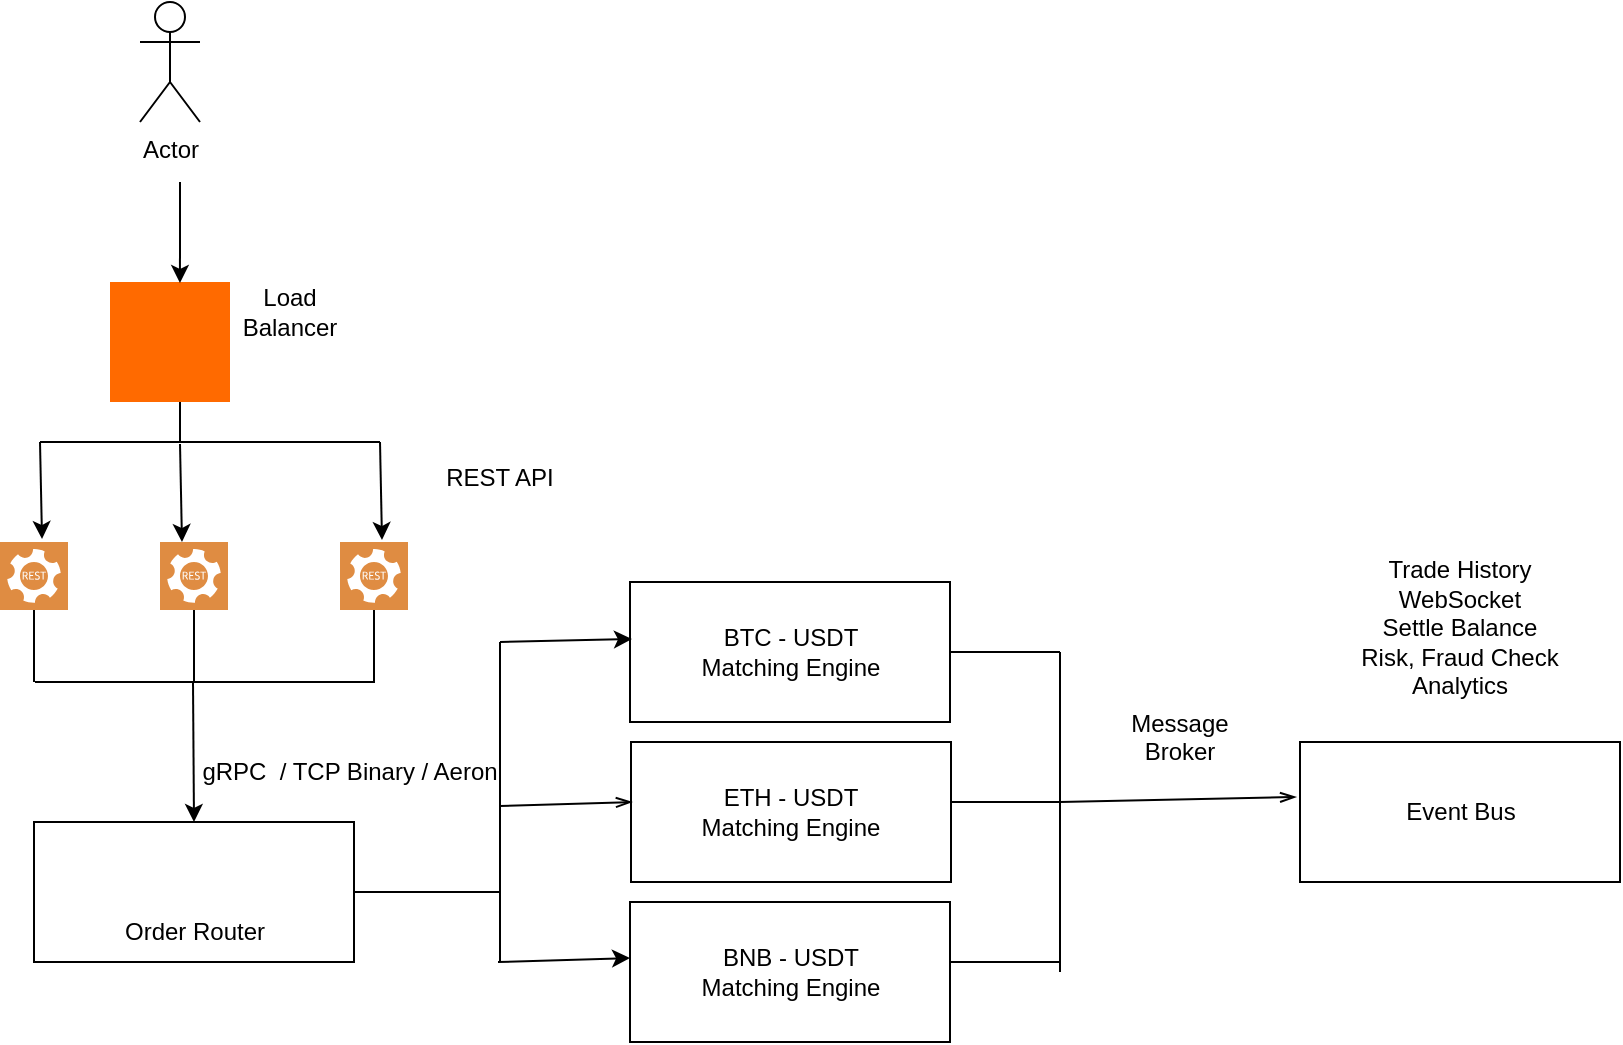
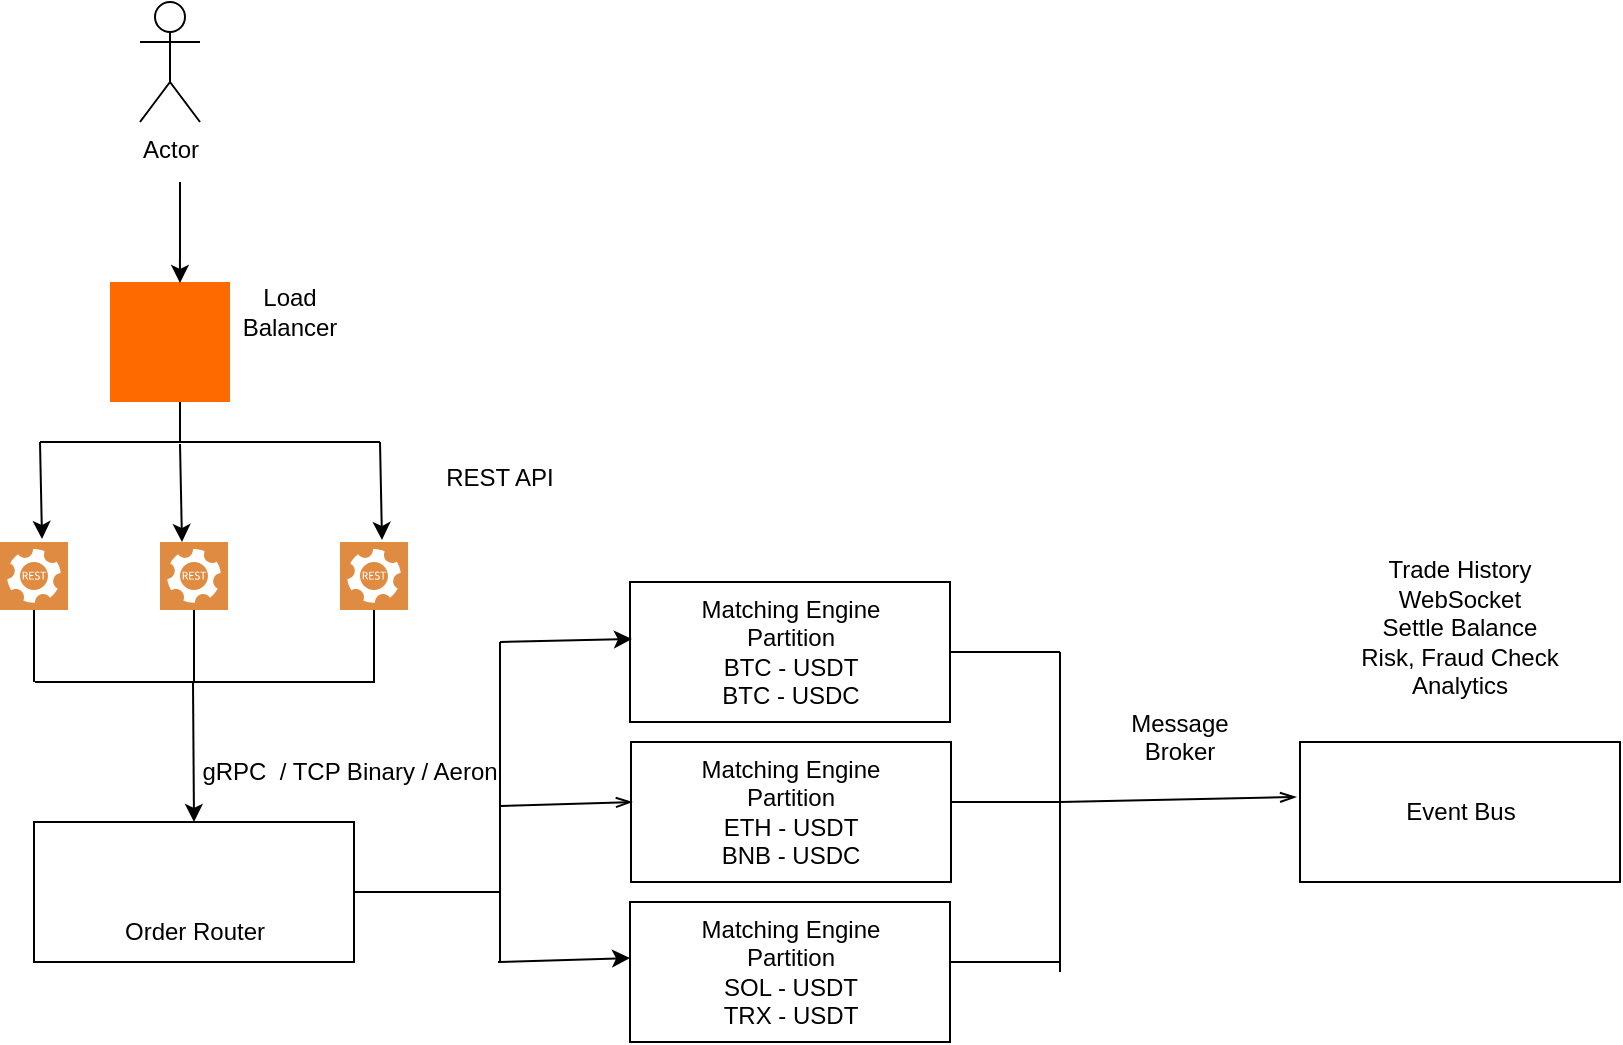
<mxfile host="app.diagrams.net">
  <diagram name="Page-1" id="_YTyJ5NhZcltQBf8X0dS">
-     <mxGraphModel dx="1004" dy="583" grid="1" gridSize="10" guides="1" tooltips="1" connect="1" arrows="1" fold="1" page="1" pageScale="1" pageWidth="850" pageHeight="1100" background="light-dark(#ffffff, #121212)" math="0" shadow="0">
+     <mxGraphModel dx="1004" dy="583" grid="1" gridSize="10" guides="1" tooltips="1" connect="1" arrows="1" fold="1" page="1" pageScale="1" pageWidth="850" pageHeight="1100" math="0" shadow="0">
      <root>
        <mxCell id="0" />
        <mxCell id="1" parent="0" />
        <mxCell id="ZetVeowE0RB64zZaQpGS-3" parent="1" style="shape=umlActor;verticalLabelPosition=bottom;verticalAlign=top;html=1;outlineConnect=0;" value="Actor" vertex="1">
          <mxGeometry height="60" width="30" x="100" y="40" as="geometry" />
        </mxCell>
        <mxCell id="ZetVeowE0RB64zZaQpGS-4" parent="1" style="points=[];aspect=fixed;html=1;align=center;shadow=0;dashed=0;fillColor=#FF6A00;strokeColor=none;shape=mxgraph.alibaba_cloud.alb_application_load_balancer_02;" value="" vertex="1">
          <mxGeometry height="60" width="60" x="85" y="180" as="geometry" />
        </mxCell>
        <mxCell id="ZetVeowE0RB64zZaQpGS-5" parent="1" style="sketch=0;pointerEvents=1;shadow=0;dashed=0;html=1;strokeColor=none;fillColor=#DF8C42;labelPosition=center;verticalLabelPosition=bottom;verticalAlign=top;align=center;outlineConnect=0;shape=mxgraph.veeam2.restful_api;" value="" vertex="1">
          <mxGeometry height="34" width="34" x="30" y="310" as="geometry" />
        </mxCell>
        <mxCell id="ZetVeowE0RB64zZaQpGS-10" edge="1" parent="1" style="endArrow=classic;html=1;rounded=0;entryX=0.583;entryY=0.008;entryDx=0;entryDy=0;entryPerimeter=0;" target="ZetVeowE0RB64zZaQpGS-4" value="">
          <mxGeometry height="50" relative="1" width="50" as="geometry">
            <mxPoint x="120" y="130" as="sourcePoint" />
            <mxPoint x="280" y="100" as="targetPoint" />
          </mxGeometry>
        </mxCell>
        <mxCell id="ZetVeowE0RB64zZaQpGS-11" parent="1" style="sketch=0;pointerEvents=1;shadow=0;dashed=0;html=1;strokeColor=none;fillColor=#DF8C42;labelPosition=center;verticalLabelPosition=bottom;verticalAlign=top;align=center;outlineConnect=0;shape=mxgraph.veeam2.restful_api;" value="" vertex="1">
          <mxGeometry height="34" width="34" x="110" y="310" as="geometry" />
        </mxCell>
        <mxCell id="ZetVeowE0RB64zZaQpGS-12" parent="1" style="sketch=0;pointerEvents=1;shadow=0;dashed=0;html=1;strokeColor=none;fillColor=#DF8C42;labelPosition=center;verticalLabelPosition=bottom;verticalAlign=top;align=center;outlineConnect=0;shape=mxgraph.veeam2.restful_api;" value="" vertex="1">
          <mxGeometry height="34" width="34" x="200" y="310" as="geometry" />
        </mxCell>
        <mxCell id="ZetVeowE0RB64zZaQpGS-13" edge="1" parent="1" style="endArrow=none;html=1;rounded=0;" value="">
          <mxGeometry height="50" relative="1" width="50" as="geometry">
            <mxPoint x="120" y="260" as="sourcePoint" />
            <mxPoint x="120" y="240" as="targetPoint" />
          </mxGeometry>
        </mxCell>
        <mxCell id="ZetVeowE0RB64zZaQpGS-14" edge="1" parent="1" style="endArrow=none;html=1;rounded=0;" value="">
          <mxGeometry height="50" relative="1" width="50" as="geometry">
            <mxPoint x="50" y="260" as="sourcePoint" />
            <mxPoint x="220" y="260" as="targetPoint" />
          </mxGeometry>
        </mxCell>
        <mxCell id="ZetVeowE0RB64zZaQpGS-15" edge="1" parent="1" style="endArrow=classic;html=1;rounded=0;entryX=0.618;entryY=-0.044;entryDx=0;entryDy=0;entryPerimeter=0;" target="ZetVeowE0RB64zZaQpGS-5" value="">
          <mxGeometry height="50" relative="1" width="50" as="geometry">
            <mxPoint x="50" y="260" as="sourcePoint" />
            <mxPoint x="100" y="210" as="targetPoint" />
          </mxGeometry>
        </mxCell>
        <mxCell id="ZetVeowE0RB64zZaQpGS-16" edge="1" parent="1" style="endArrow=classic;html=1;rounded=0;entryX=0.618;entryY=-0.044;entryDx=0;entryDy=0;entryPerimeter=0;" value="">
          <mxGeometry height="50" relative="1" width="50" as="geometry">
            <mxPoint x="120" y="261" as="sourcePoint" />
            <mxPoint x="121" y="310" as="targetPoint" />
          </mxGeometry>
        </mxCell>
        <mxCell id="ZetVeowE0RB64zZaQpGS-17" edge="1" parent="1" style="endArrow=classic;html=1;rounded=0;entryX=0.618;entryY=-0.044;entryDx=0;entryDy=0;entryPerimeter=0;" value="">
          <mxGeometry height="50" relative="1" width="50" as="geometry">
            <mxPoint x="220" y="260" as="sourcePoint" />
            <mxPoint x="221" y="309" as="targetPoint" />
          </mxGeometry>
        </mxCell>
        <mxCell id="ZetVeowE0RB64zZaQpGS-18" parent="1" style="text;html=1;whiteSpace=wrap;strokeColor=none;fillColor=none;align=center;verticalAlign=middle;rounded=0;" value="Load Balancer" vertex="1">
          <mxGeometry height="30" width="60" x="145" y="180" as="geometry" />
        </mxCell>
        <mxCell id="ZetVeowE0RB64zZaQpGS-19" parent="1" style="text;html=1;whiteSpace=wrap;strokeColor=none;fillColor=none;align=center;verticalAlign=middle;rounded=0;" value="REST API&lt;div&gt;&lt;br&gt;&lt;/div&gt;" vertex="1">
          <mxGeometry height="30" width="60" x="250" y="270" as="geometry" />
        </mxCell>
        <mxCell id="ZetVeowE0RB64zZaQpGS-21" parent="1" style="rounded=0;whiteSpace=wrap;html=1;" value="" vertex="1">
          <mxGeometry height="70" width="160" x="47" y="450" as="geometry" />
        </mxCell>
        <mxCell id="ZetVeowE0RB64zZaQpGS-22" parent="1" style="text;html=1;whiteSpace=wrap;strokeColor=none;fillColor=none;align=center;verticalAlign=middle;rounded=0;" value="Order Router" vertex="1">
          <mxGeometry height="40" width="95" x="79.5" y="485" as="geometry" />
        </mxCell>
        <mxCell id="ZetVeowE0RB64zZaQpGS-23" parent="1" style="rounded=0;whiteSpace=wrap;html=1;" value="" vertex="1">
          <mxGeometry height="70" width="160" x="345" y="330" as="geometry" />
        </mxCell>
        <mxCell id="ZetVeowE0RB64zZaQpGS-24" parent="1" style="rounded=0;whiteSpace=wrap;html=1;" value="" vertex="1">
          <mxGeometry height="70" width="160" x="680" y="410" as="geometry" />
        </mxCell>
-         <mxCell id="ZetVeowE0RB64zZaQpGS-25" parent="1" style="text;html=1;whiteSpace=wrap;strokeColor=none;fillColor=none;align=center;verticalAlign=middle;rounded=0;" value="BTC - USDT&lt;br&gt;Matching Engine" vertex="1">
+         <mxCell id="ZetVeowE0RB64zZaQpGS-25" parent="1" style="text;html=1;whiteSpace=wrap;strokeColor=none;fillColor=none;align=center;verticalAlign=middle;rounded=0;" value="Matching Engine Partition&lt;br&gt;BTC - USDT&lt;br&gt;BTC - USDC" vertex="1">
          <mxGeometry height="40" width="95" x="378" y="345" as="geometry" />
        </mxCell>
        <mxCell id="ZetVeowE0RB64zZaQpGS-26" parent="1" style="text;html=1;whiteSpace=wrap;strokeColor=none;fillColor=none;align=center;verticalAlign=middle;rounded=0;" value="Event Bus" vertex="1">
          <mxGeometry height="40" width="95" x="712.5" y="425" as="geometry" />
        </mxCell>
        <mxCell id="ZetVeowE0RB64zZaQpGS-27" edge="1" parent="1" style="endArrow=none;html=1;rounded=0;" value="">
          <mxGeometry height="50" relative="1" width="50" as="geometry">
            <mxPoint x="47.5" y="380" as="sourcePoint" />
            <mxPoint x="217.5" y="380" as="targetPoint" />
          </mxGeometry>
        </mxCell>
        <mxCell id="ZetVeowE0RB64zZaQpGS-28" edge="1" parent="1" style="endArrow=none;html=1;rounded=0;" target="ZetVeowE0RB64zZaQpGS-5" value="">
          <mxGeometry height="50" relative="1" width="50" as="geometry">
            <mxPoint x="47" y="380" as="sourcePoint" />
            <mxPoint x="80" y="360" as="targetPoint" />
          </mxGeometry>
        </mxCell>
        <mxCell id="ZetVeowE0RB64zZaQpGS-29" edge="1" parent="1" style="endArrow=none;html=1;rounded=0;" target="ZetVeowE0RB64zZaQpGS-11" value="">
          <mxGeometry height="50" relative="1" width="50" as="geometry">
            <mxPoint x="127" y="380" as="sourcePoint" />
            <mxPoint x="130" y="360" as="targetPoint" />
          </mxGeometry>
        </mxCell>
        <mxCell id="ZetVeowE0RB64zZaQpGS-30" edge="1" parent="1" style="endArrow=none;html=1;rounded=0;" target="ZetVeowE0RB64zZaQpGS-12" value="">
          <mxGeometry height="50" relative="1" width="50" as="geometry">
            <mxPoint x="217" y="380" as="sourcePoint" />
            <mxPoint x="270" y="390" as="targetPoint" />
          </mxGeometry>
        </mxCell>
        <mxCell id="ZetVeowE0RB64zZaQpGS-32" edge="1" parent="1" style="endArrow=classic;html=1;rounded=0;entryX=0.5;entryY=0;entryDx=0;entryDy=0;" target="ZetVeowE0RB64zZaQpGS-21" value="">
          <mxGeometry height="50" relative="1" width="50" as="geometry">
            <mxPoint x="126.5" y="380" as="sourcePoint" />
            <mxPoint x="120" y="460" as="targetPoint" />
          </mxGeometry>
        </mxCell>
        <mxCell id="ZetVeowE0RB64zZaQpGS-33" parent="1" style="text;html=1;whiteSpace=wrap;strokeColor=none;fillColor=none;align=center;verticalAlign=middle;rounded=0;" value="gRPC&amp;nbsp; / TCP Binary / Aeron" vertex="1">
          <mxGeometry height="30" width="150" x="130" y="410" as="geometry" />
        </mxCell>
        <mxCell id="ZetVeowE0RB64zZaQpGS-34" parent="1" style="rounded=0;whiteSpace=wrap;html=1;" value="" vertex="1">
          <mxGeometry height="70" width="160" x="345.5" y="410" as="geometry" />
        </mxCell>
        <mxCell id="ZetVeowE0RB64zZaQpGS-35" parent="1" style="rounded=0;whiteSpace=wrap;html=1;" value="" vertex="1">
          <mxGeometry height="70" width="160" x="345" y="490" as="geometry" />
        </mxCell>
-         <mxCell id="ZetVeowE0RB64zZaQpGS-36" parent="1" style="text;html=1;whiteSpace=wrap;strokeColor=none;fillColor=none;align=center;verticalAlign=middle;rounded=0;" value="ETH - USDT&lt;br&gt;Matching Engine" vertex="1">
-           <mxGeometry height="40" width="95" x="378" y="425" as="geometry" />
-         </mxCell>
-         <mxCell id="ZetVeowE0RB64zZaQpGS-37" parent="1" style="text;html=1;whiteSpace=wrap;strokeColor=none;fillColor=none;align=center;verticalAlign=middle;rounded=0;" value="BNB - USDT&lt;br&gt;Matching Engine" vertex="1">
-           <mxGeometry height="40" width="95" x="378" y="505" as="geometry" />
-         </mxCell>
        <mxCell id="ZetVeowE0RB64zZaQpGS-38" edge="1" parent="1" source="ZetVeowE0RB64zZaQpGS-21" style="endArrow=none;html=1;rounded=0;exitX=1;exitY=0.5;exitDx=0;exitDy=0;" value="">
          <mxGeometry height="50" relative="1" width="50" as="geometry">
            <mxPoint x="400" y="280" as="sourcePoint" />
            <mxPoint x="280" y="485" as="targetPoint" />
          </mxGeometry>
        </mxCell>
        <mxCell id="ZetVeowE0RB64zZaQpGS-39" edge="1" parent="1" style="endArrow=none;html=1;rounded=0;" value="">
          <mxGeometry height="50" relative="1" width="50" as="geometry">
            <mxPoint x="280" y="360" as="sourcePoint" />
            <mxPoint x="280" y="520" as="targetPoint" />
          </mxGeometry>
        </mxCell>
        <mxCell id="ZetVeowE0RB64zZaQpGS-40" edge="1" parent="1" style="endArrow=classic;html=1;rounded=0;entryX=0.006;entryY=0.407;entryDx=0;entryDy=0;entryPerimeter=0;" target="ZetVeowE0RB64zZaQpGS-23" value="">
          <mxGeometry height="50" relative="1" width="50" as="geometry">
            <mxPoint x="280" y="360" as="sourcePoint" />
            <mxPoint x="340" y="360" as="targetPoint" />
          </mxGeometry>
        </mxCell>
        <mxCell id="ZetVeowE0RB64zZaQpGS-42" edge="1" parent="1" style="endArrow=openThin;html=1;rounded=0;entryX=0.006;entryY=0.407;entryDx=0;entryDy=0;entryPerimeter=0;endFill=0;" value="">
          <mxGeometry height="50" relative="1" width="50" as="geometry">
            <mxPoint x="280" y="442" as="sourcePoint" />
            <mxPoint x="346" y="440" as="targetPoint" />
          </mxGeometry>
        </mxCell>
        <mxCell id="ZetVeowE0RB64zZaQpGS-43" edge="1" parent="1" style="endArrow=classic;html=1;rounded=0;entryX=0.006;entryY=0.407;entryDx=0;entryDy=0;entryPerimeter=0;" value="">
          <mxGeometry height="50" relative="1" width="50" as="geometry">
            <mxPoint x="279" y="520" as="sourcePoint" />
            <mxPoint x="345" y="518" as="targetPoint" />
          </mxGeometry>
        </mxCell>
        <mxCell id="ZetVeowE0RB64zZaQpGS-46" edge="1" parent="1" source="ZetVeowE0RB64zZaQpGS-23" style="endArrow=none;html=1;rounded=0;exitX=1;exitY=0.5;exitDx=0;exitDy=0;curved=0;" value="">
          <mxGeometry height="50" relative="1" width="50" as="geometry">
            <mxPoint x="510" y="370" as="sourcePoint" />
            <mxPoint x="560" y="365" as="targetPoint" />
          </mxGeometry>
        </mxCell>
        <mxCell id="ZetVeowE0RB64zZaQpGS-47" edge="1" parent="1" style="endArrow=none;html=1;rounded=0;exitX=1;exitY=0.5;exitDx=0;exitDy=0;" value="">
          <mxGeometry height="50" relative="1" width="50" as="geometry">
            <mxPoint x="505.5" y="440" as="sourcePoint" />
            <mxPoint x="560.5" y="440" as="targetPoint" />
          </mxGeometry>
        </mxCell>
-         <mxCell id="ZetVeowE0RB64zZaQpGS-48" edge="1" parent="1" style="endArrow=none;html=1;rounded=0;exitX=1;exitY=0.5;exitDx=0;exitDy=0;" value="">
+         <mxCell id="ZetVeowE0RB64zZaQpGS-48" edge="1" parent="1" style="endArrow=none;html=1;rounded=0;" value="">
          <mxGeometry height="50" relative="1" width="50" as="geometry">
            <mxPoint x="505" y="520" as="sourcePoint" />
            <mxPoint x="560" y="520" as="targetPoint" />
          </mxGeometry>
        </mxCell>
        <mxCell id="ZetVeowE0RB64zZaQpGS-49" edge="1" parent="1" style="endArrow=none;html=1;rounded=0;" value="">
          <mxGeometry height="50" relative="1" width="50" as="geometry">
            <mxPoint x="560" y="365" as="sourcePoint" />
            <mxPoint x="560" y="525" as="targetPoint" />
          </mxGeometry>
        </mxCell>
        <mxCell id="ZetVeowE0RB64zZaQpGS-50" edge="1" parent="1" style="endArrow=openThin;html=1;rounded=0;entryX=-0.012;entryY=0.393;entryDx=0;entryDy=0;entryPerimeter=0;endFill=0;" target="ZetVeowE0RB64zZaQpGS-24" value="">
          <mxGeometry height="50" relative="1" width="50" as="geometry">
            <mxPoint x="560" y="440" as="sourcePoint" />
            <mxPoint x="626" y="440" as="targetPoint" />
          </mxGeometry>
        </mxCell>
        <mxCell id="ZetVeowE0RB64zZaQpGS-52" parent="1" style="text;html=1;whiteSpace=wrap;strokeColor=none;fillColor=none;align=center;verticalAlign=middle;rounded=0;" value="Message Broker&lt;div&gt;&lt;br&gt;&lt;/div&gt;" vertex="1">
          <mxGeometry height="30" width="60" x="590" y="400" as="geometry" />
        </mxCell>
        <mxCell id="ZetVeowE0RB64zZaQpGS-54" parent="1" style="text;html=1;whiteSpace=wrap;strokeColor=none;fillColor=none;align=center;verticalAlign=middle;rounded=0;" value="Trade History&lt;div&gt;WebSocket&lt;/div&gt;&lt;div&gt;Settle Balance&lt;/div&gt;&lt;div&gt;Risk, Fraud Check&lt;/div&gt;&lt;div&gt;Analytics&lt;/div&gt;&lt;div&gt;&lt;br&gt;&lt;/div&gt;" vertex="1">
          <mxGeometry height="60" width="110" x="705" y="330" as="geometry" />
        </mxCell>
+         <mxCell id="qdvye1nUvqzYjnGjQd7E-1" parent="1" style="text;html=1;whiteSpace=wrap;strokeColor=none;fillColor=none;align=center;verticalAlign=middle;rounded=0;" value="Matching Engine Partition&lt;br&gt;ETH - USDT&lt;br&gt;BNB - USDC" vertex="1">
+           <mxGeometry height="40" width="95" x="378" y="425" as="geometry" />
+         </mxCell>
+         <mxCell id="qdvye1nUvqzYjnGjQd7E-2" parent="1" style="text;html=1;whiteSpace=wrap;strokeColor=none;fillColor=none;align=center;verticalAlign=middle;rounded=0;" value="Matching Engine Partition&lt;br&gt;SOL - USDT&lt;br&gt;TRX - USDT" vertex="1">
+           <mxGeometry height="40" width="95" x="378" y="505" as="geometry" />
+         </mxCell>
      </root>
    </mxGraphModel>
  </diagram>
</mxfile>
